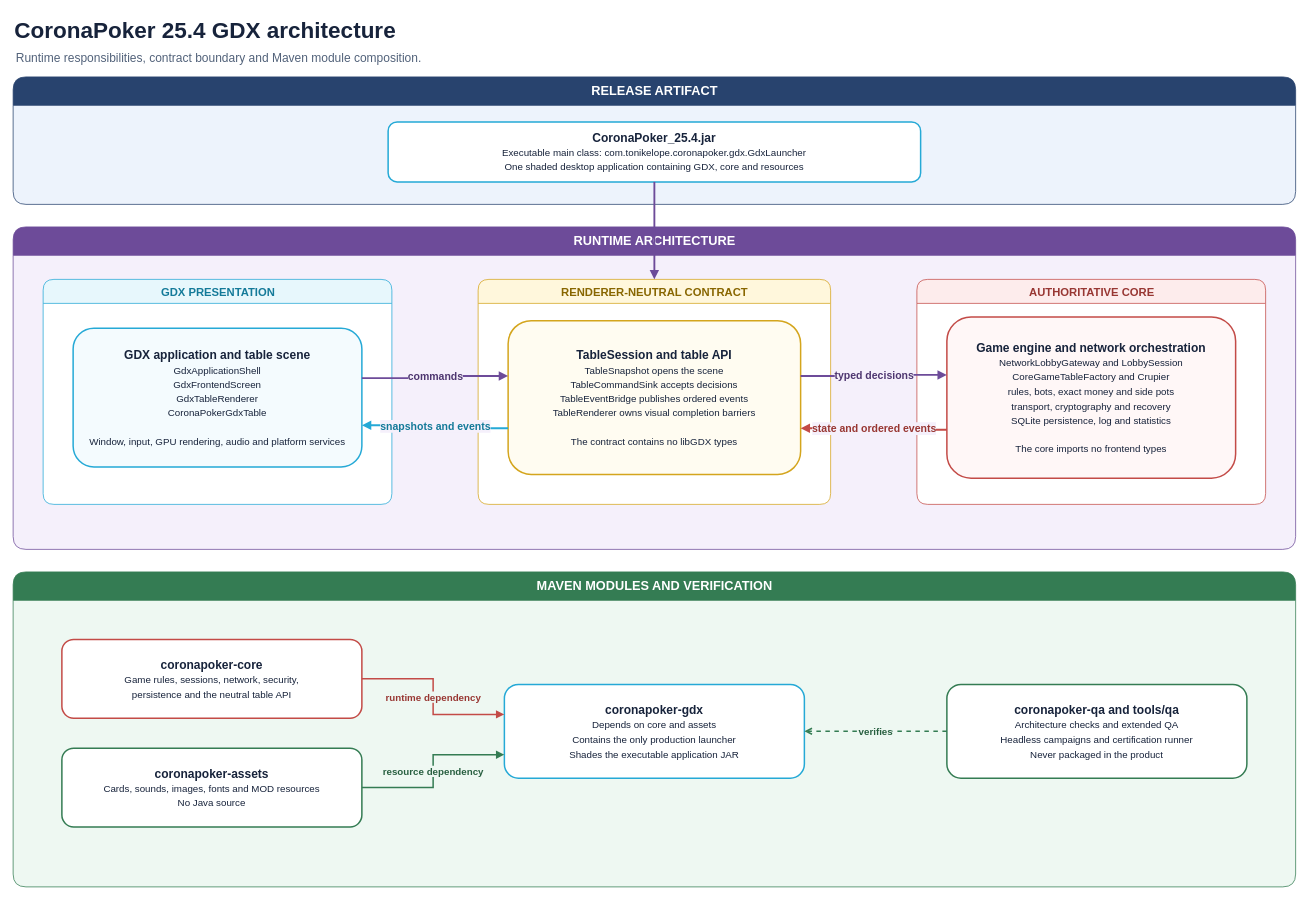
The draw.io diagram docs/diagrams/coronapoker-module-map.drawio in tonikelope/coronapoker, before the edit. Source tidied: cells renumbered, new cells numbered last; positions are measured from the earlier drawing's top-left corner, leaving out a move shared by most shapes. Both pictures are drawn from the tidied source at 75%, with x=0, y=0 at pixel (13, 13).
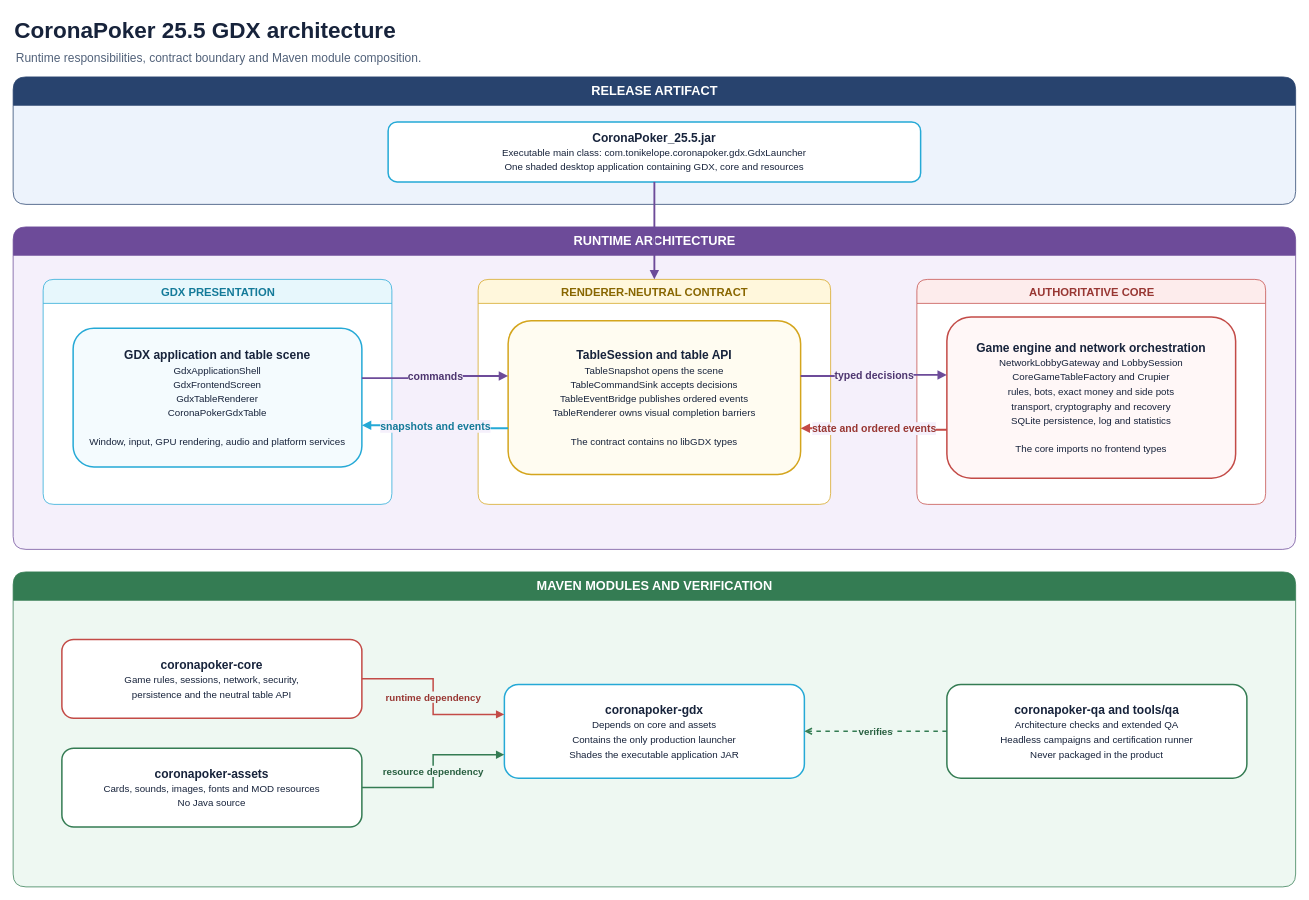
The same page after the edit.

What changed in the source:
```diff
@@
-    <mxCell id="2" value="CoronaPoker 25.4 GDX architecture" style="text;html=1;strokeColor=none;fillColor=none;align=left;verticalAlign=middle;fontSize=30;fontStyle=1;fontColor=#17233B;" parent="1" vertex="1">
+    <mxCell id="2" value="CoronaPoker 25.5 GDX architecture" style="text;html=1;strokeColor=none;fillColor=none;align=left;verticalAlign=middle;fontSize=30;fontStyle=1;fontColor=#17233B;" parent="1" vertex="1">
       <mxGeometry width="1050" height="45" as="geometry" />
     </mxCell>
@@
-    <mxCell id="5" value="&lt;b&gt;CoronaPoker_25.4.jar&lt;/b&gt;&lt;br&gt;&lt;font size=&quot;2&quot;&gt;Executable main class: com.tonikelope.coronapoker.gdx.GdxLauncher&lt;br&gt;One shaded desktop application containing GDX, core and resources&lt;/font&gt;" style="rounded=1;whiteSpace=wrap;html=1;fillColor=#FFFFFF;strokeColor=#25A9D6;strokeWidth=2;fontColor=#17233B;fontSize=16;" parent="1" vertex="1">
+    <mxCell id="5" value="&lt;b&gt;CoronaPoker_25.5.jar&lt;/b&gt;&lt;br&gt;&lt;font size=&quot;2&quot;&gt;Executable main class: com.tonikelope.coronapoker.gdx.GdxLauncher&lt;br&gt;One shaded desktop application containing GDX, core and resources&lt;/font&gt;" style="rounded=1;whiteSpace=wrap;html=1;fillColor=#FFFFFF;strokeColor=#25A9D6;strokeWidth=2;fontColor=#17233B;fontSize=16;" parent="1" vertex="1">
       <mxGeometry x="500" y="145" width="710" height="80" as="geometry" />
     </mxCell>
```
